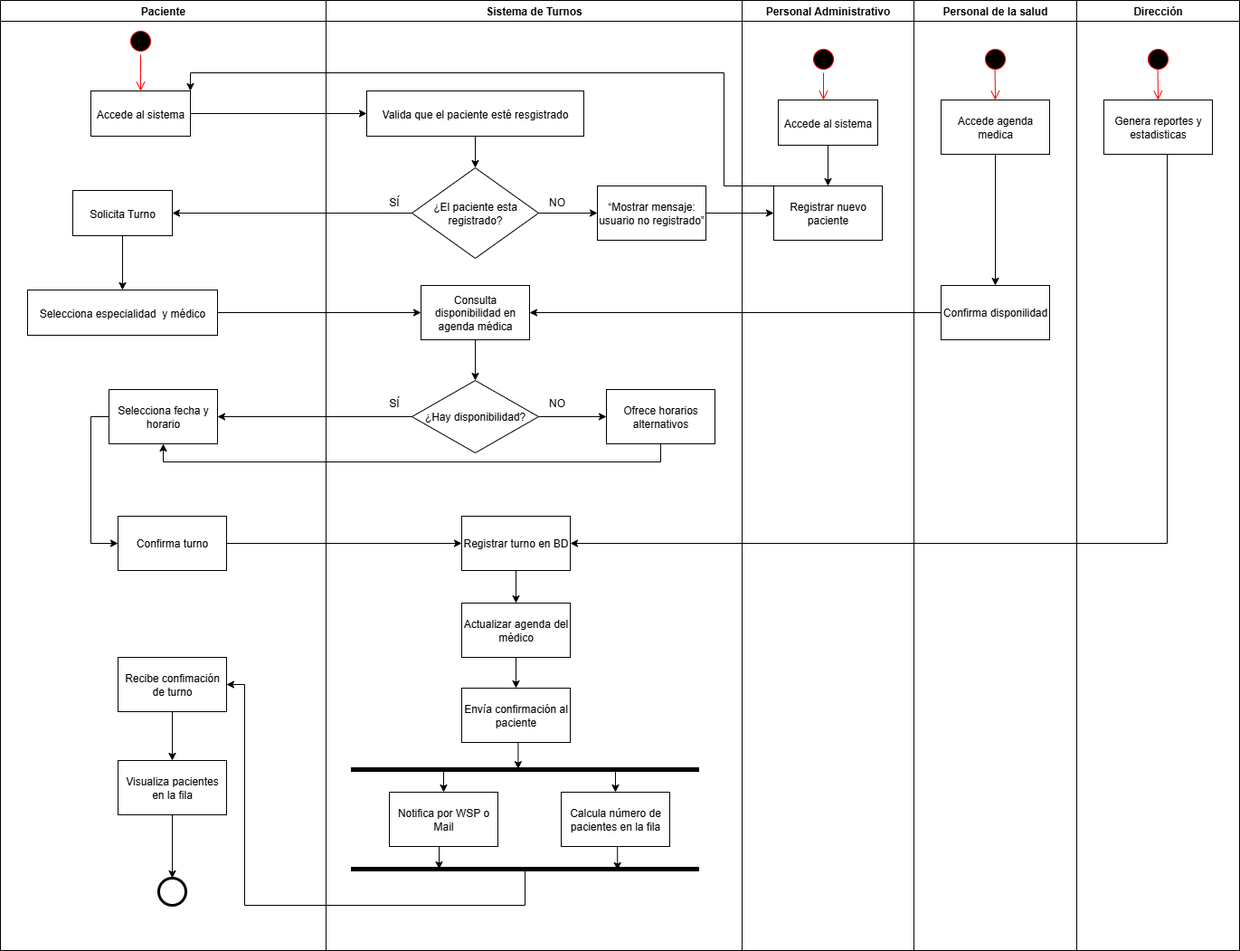
The draw.io diagram Modelado y diseño de software Tema 1/Diagrama Actividades1.drawio.png in RodrigoEscorcielo/IFTS18_Modelado-y-diseno-de-software_documentos, before a commit. Source tidied: cells renumbered, new cells last; positions are measured from the earlier drawing's top-left corner, leaving out a move shared by most shapes.
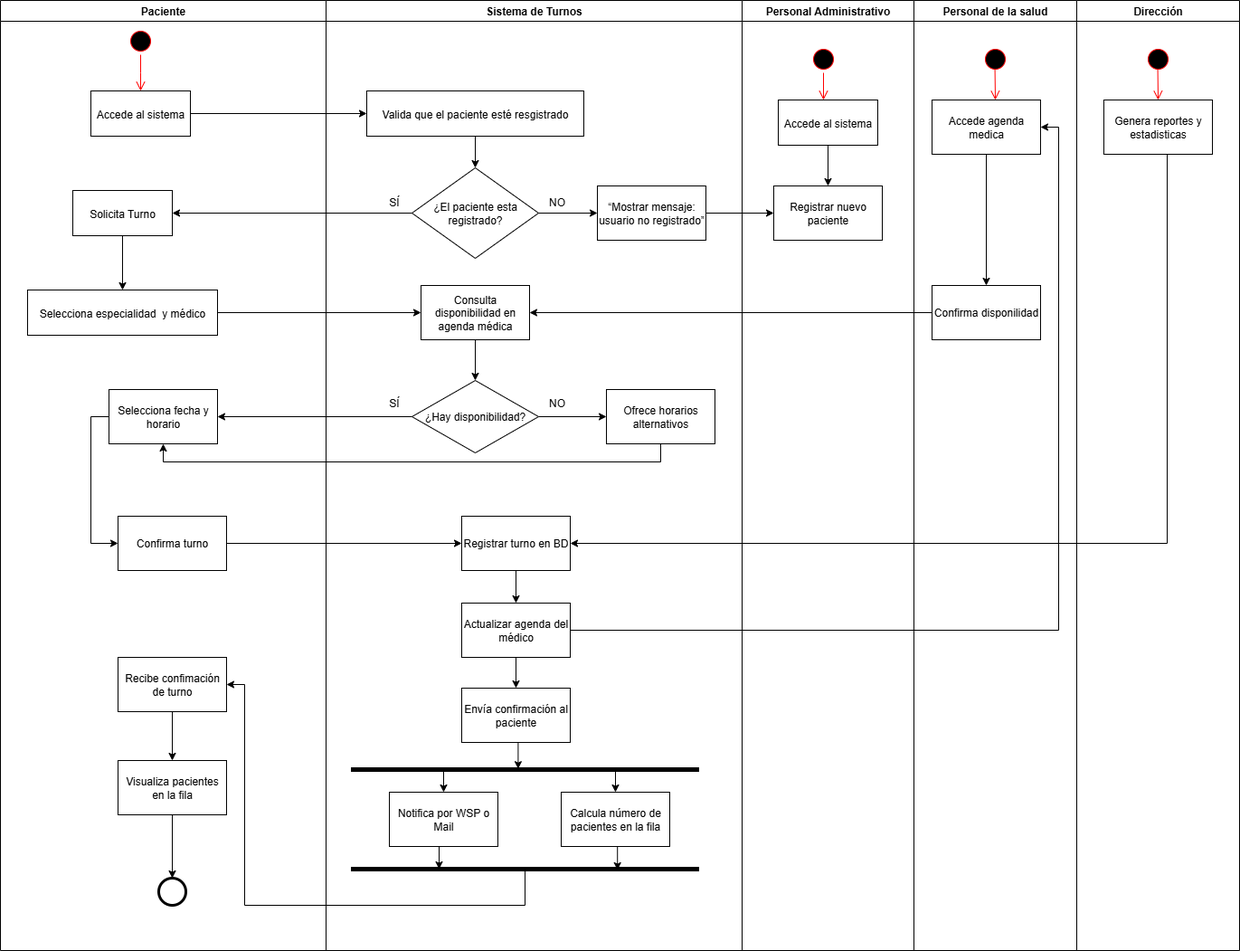
Later version of the same file.

Diff of the diagram source:
```diff
@@ -209,17 +209,26 @@
     <mxCell id="63" value="Accede al sistema" parent="58" vertex="1">
       <mxGeometry x="40" y="110" width="110" height="50" as="geometry" />
     </mxCell>
+    <mxCell id="70" style="edgeStyle=orthogonalEdgeStyle;rounded=0;jettySize=auto;html=1;" parent="1" edge="1" source="45" target="59">
+      <mxGeometry relative="1" as="geometry" />
+    </mxCell>
+    <mxCell id="71" style="edgeStyle=orthogonalEdgeStyle;rounded=0;jettySize=auto;html=1;entryX=1;entryY=0.5;entryDx=0;entryDy=0;" parent="1" edge="1" source="67" target="25">
+      <mxGeometry relative="1" as="geometry" />
+    </mxCell>
+    <mxCell id="73" style="edgeStyle=orthogonalEdgeStyle;rounded=0;jettySize=auto;html=1;exitX=1;exitY=0.5;exitDx=0;exitDy=0;entryX=1;entryY=0.5;entryDx=0;entryDy=0;" parent="1" edge="1" source="34" target="66">
+      <mxGeometry relative="1" as="geometry" />
+    </mxCell>
-    <mxCell id="64" value="Personal de la salud" style="swimlane;whiteSpace=wrap;" parent="58" vertex="1">
-      <mxGeometry x="190" width="180" height="1050" as="geometry" />
+    <mxCell id="64" value="Personal de la salud" style="swimlane;whiteSpace=wrap;" parent="1" vertex="1">
+      <mxGeometry x="1010" width="180" height="1050" as="geometry" />
     </mxCell>
     <mxCell id="65" style="edgeStyle=orthogonalEdgeStyle;rounded=0;jettySize=auto;html=1;exitX=0.5;exitY=1;exitDx=0;exitDy=0;entryX=0.5;entryY=0;entryDx=0;entryDy=0;" parent="64" edge="1" source="66" target="67">
       <mxGeometry relative="1" as="geometry" />
     </mxCell>
     <mxCell id="66" value="Accede agenda medica" style="whiteSpace=wrap;html=1;" parent="64" vertex="1">
-      <mxGeometry x="30" y="110" width="120" height="60" as="geometry" />
+      <mxGeometry x="20" y="110" width="120" height="60" as="geometry" />
     </mxCell>
     <mxCell id="67" value="Confirma disponilidad" style="whiteSpace=wrap;html=1;" parent="64" vertex="1">
-      <mxGeometry x="30" y="315" width="120" height="60" as="geometry" />
+      <mxGeometry x="20" y="315" width="120" height="60" as="geometry" />
     </mxCell>
     <mxCell id="68" style="edgeStyle=elbowEdgeStyle;elbow=horizontal;verticalAlign=bottom;endArrow=open;endSize=8;strokeColor=#FF0000;endFill=1;rounded=0;exitX=0.5;exitY=1;exitDx=0;exitDy=0;" parent="64" edge="1">
       <mxGeometry x="-850" y="40" as="geometry">
@@ -230,20 +239,5 @@
     <mxCell id="69" style="ellipse;shape=startState;fillColor=#000000;strokeColor=#ff0000;" parent="64" vertex="1">
       <mxGeometry x="75" y="50" width="30" height="30" as="geometry" />
     </mxCell>
-    <mxCell id="70" style="edgeStyle=orthogonalEdgeStyle;rounded=0;jettySize=auto;html=1;" parent="1" edge="1" source="45" target="59">
-      <mxGeometry relative="1" as="geometry" />
-    </mxCell>
-    <mxCell id="71" style="edgeStyle=orthogonalEdgeStyle;rounded=0;jettySize=auto;html=1;entryX=1;entryY=0.5;entryDx=0;entryDy=0;" parent="1" edge="1" source="67" target="25">
-      <mxGeometry relative="1" as="geometry" />
-    </mxCell>
-    <mxCell id="72" style="edgeStyle=orthogonalEdgeStyle;rounded=0;jettySize=auto;html=1;exitX=0.25;exitY=0;exitDx=0;exitDy=0;entryX=1;entryY=0;entryDx=0;entryDy=0;" parent="1" edge="1" source="59" target="17">
-      <mxGeometry relative="1" as="geometry">
-        <Array as="points">
-          <mxPoint x="800" y="205" />
-          <mxPoint x="800" y="80" />
-          <mxPoint x="210" y="80" />
-        </Array>
-      </mxGeometry>
-    </mxCell>
   </root>
 </mxGraphModel>
```
